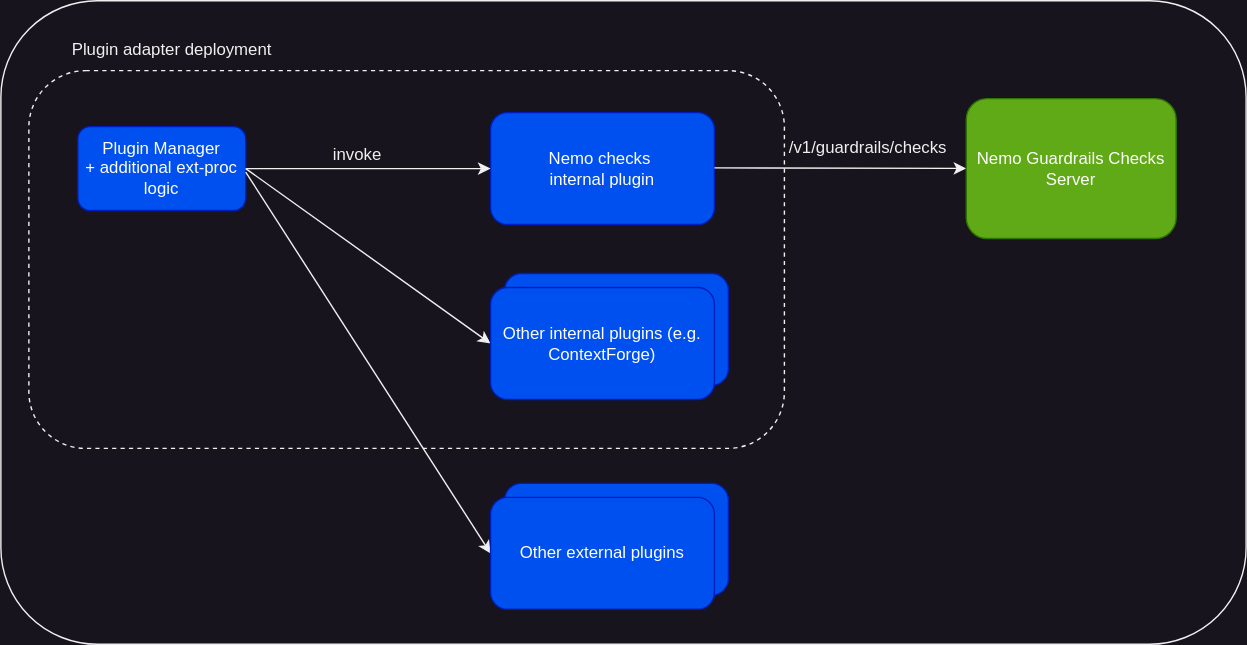
This is docs/architecture/diagrams/plugin-deployment.svg from kagenti/plugins-adapter, a draw.io export, as it was before one commit. Source tidied: cells renumbered, new cells last; positions are measured from the earlier drawing's top-left corner, leaving out a move shared by most shapes. Source of this version:
```xml
<mxGraphModel>
  <root>
    <mxCell id="0" />
    <mxCell id="1" parent="0" />
    <mxCell id="2" style="rounded=1;whiteSpace=wrap;html=1;" parent="1" vertex="1">
      <mxGeometry width="890" height="460" as="geometry" />
    </mxCell>
    <mxCell id="3" value="Other external plugins" style="rounded=1;whiteSpace=wrap;html=1;fillColor=#0050ef;fontColor=#ffffff;strokeColor=#001DBC;" parent="1" vertex="1">
      <mxGeometry x="360" y="345" width="160" height="80" as="geometry" />
    </mxCell>
    <mxCell id="4" style="rounded=1;whiteSpace=wrap;html=1;dashed=1;" parent="1" vertex="1">
      <mxGeometry x="20" y="50" width="540" height="270" as="geometry" />
    </mxCell>
    <mxCell id="5" value="Plugin adapter deployment" style="text;html=1;align=center;verticalAlign=middle;whiteSpace=wrap;rounded=0;" parent="1" vertex="1">
      <mxGeometry x="20" y="20" width="205" height="30" as="geometry" />
    </mxCell>
    <mxCell id="6" value="Plugin Manager&lt;div&gt;+ additional ext-proc logic&lt;/div&gt;" style="rounded=1;whiteSpace=wrap;html=1;fillColor=#0050ef;fontColor=#ffffff;strokeColor=#001DBC;" parent="1" vertex="1">
      <mxGeometry x="55" y="90" width="120" height="60" as="geometry" />
    </mxCell>
    <mxCell id="7" style="endArrow=classic;html=1;rounded=0;entryX=0;entryY=0.5;entryDx=0;entryDy=0;exitX=1;exitY=0.5;exitDx=0;exitDy=0;" parent="1" edge="1" source="6" target="17">
      <mxGeometry relative="1" as="geometry" />
    </mxCell>
    <mxCell id="8" style="endArrow=classic;html=1;rounded=0;entryX=0;entryY=0.5;entryDx=0;entryDy=0;" parent="1" edge="1" target="9">
      <mxGeometry relative="1" as="geometry">
        <mxPoint x="175" y="122.5" as="sourcePoint" />
      </mxGeometry>
    </mxCell>
    <mxCell id="9" value="Other external plugins" style="rounded=1;whiteSpace=wrap;html=1;fillColor=#0050ef;fontColor=#ffffff;strokeColor=#001DBC;" parent="1" vertex="1">
      <mxGeometry x="350" y="355" width="160" height="80" as="geometry" />
    </mxCell>
    <mxCell id="10" value="Nemo checks&amp;nbsp;&lt;div&gt;internal plugin&lt;/div&gt;" style="rounded=1;whiteSpace=wrap;html=1;fillColor=#0050ef;fontColor=#ffffff;strokeColor=#001DBC;" parent="1" vertex="1">
      <mxGeometry x="350" y="80" width="160" height="80" as="geometry" />
    </mxCell>
    <mxCell id="11" style="endArrow=classic;html=1;rounded=0;exitX=1;exitY=0.5;exitDx=0;exitDy=0;entryX=0;entryY=0.5;entryDx=0;entryDy=0;" parent="1" edge="1" target="10">
      <mxGeometry relative="1" as="geometry">
        <mxPoint x="175" y="120" as="sourcePoint" />
      </mxGeometry>
    </mxCell>
    <mxCell id="12" value="invoke" style="text;html=1;align=center;verticalAlign=middle;whiteSpace=wrap;rounded=0;" parent="1" vertex="1">
      <mxGeometry x="225" y="95" width="60" height="30" as="geometry" />
    </mxCell>
    <mxCell id="13" style="endArrow=classic;html=1;rounded=0;exitX=1;exitY=0.5;exitDx=0;exitDy=0;" parent="1" edge="1" target="15">
      <mxGeometry relative="1" as="geometry">
        <mxPoint x="510" y="119.5" as="sourcePoint" />
      </mxGeometry>
    </mxCell>
    <mxCell id="14" style="rounded=1;whiteSpace=wrap;html=1;fillColor=#0050ef;fontColor=#ffffff;strokeColor=#001DBC;" parent="1" vertex="1">
      <mxGeometry x="360" y="195" width="160" height="80" as="geometry" />
    </mxCell>
    <mxCell id="15" value="Nemo Guardrails Checks Server" style="rounded=1;whiteSpace=wrap;html=1;fillColor=#60a917;fontColor=#ffffff;strokeColor=#2D7600;" parent="1" vertex="1">
      <mxGeometry x="690" y="70" width="150" height="100" as="geometry" />
    </mxCell>
    <mxCell id="16" value="/v1/guardrails/checks" style="text;html=1;align=center;verticalAlign=middle;whiteSpace=wrap;rounded=0;" parent="1" vertex="1">
      <mxGeometry x="590" y="90" width="60" height="30" as="geometry" />
    </mxCell>
    <mxCell id="17" value="Other internal plugins (e.g. ContextForge)" style="rounded=1;whiteSpace=wrap;html=1;fillColor=#0050ef;fontColor=#ffffff;strokeColor=#001DBC;" parent="1" vertex="1">
      <mxGeometry x="350" y="205" width="160" height="80" as="geometry" />
    </mxCell>
  </root>
</mxGraphModel>
```
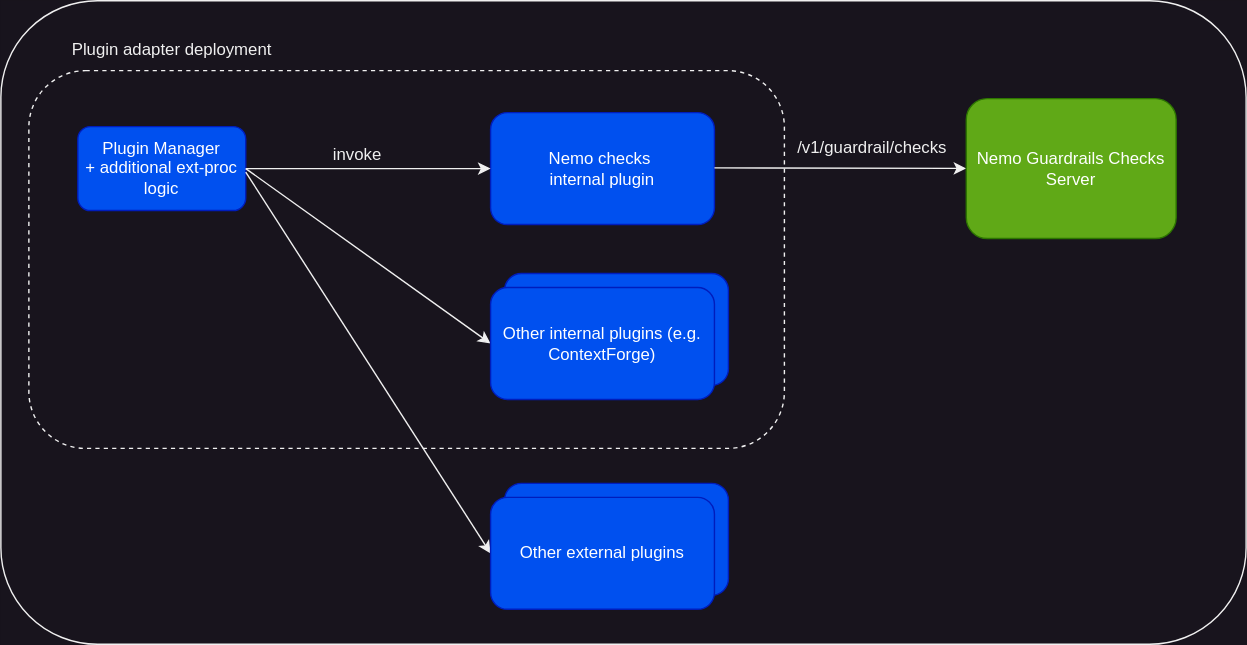
After the commit.

Commit message:
fix: :wrench: Update quay repo for nemo guardrails image (#40)

Diff of the diagram source:
```diff
@@ -50,8 +50,8 @@
     <mxCell id="15" value="Nemo Guardrails Checks Server" style="rounded=1;whiteSpace=wrap;html=1;fillColor=#60a917;fontColor=#ffffff;strokeColor=#2D7600;" parent="1" vertex="1">
       <mxGeometry x="690" y="70" width="150" height="100" as="geometry" />
     </mxCell>
-    <mxCell id="16" value="/v1/guardrails/checks" style="text;html=1;align=center;verticalAlign=middle;whiteSpace=wrap;rounded=0;" parent="1" vertex="1">
-      <mxGeometry x="590" y="90" width="60" height="30" as="geometry" />
+    <mxCell id="16" value="/v1/guardrail/checks" style="text;html=1;align=center;verticalAlign=middle;whiteSpace=wrap;rounded=0;" parent="1" vertex="1">
+      <mxGeometry x="593" y="90" width="60" height="30" as="geometry" />
     </mxCell>
     <mxCell id="17" value="Other internal plugins (e.g. ContextForge)" style="rounded=1;whiteSpace=wrap;html=1;fillColor=#0050ef;fontColor=#ffffff;strokeColor=#001DBC;" parent="1" vertex="1">
       <mxGeometry x="350" y="205" width="160" height="80" as="geometry" />
```
